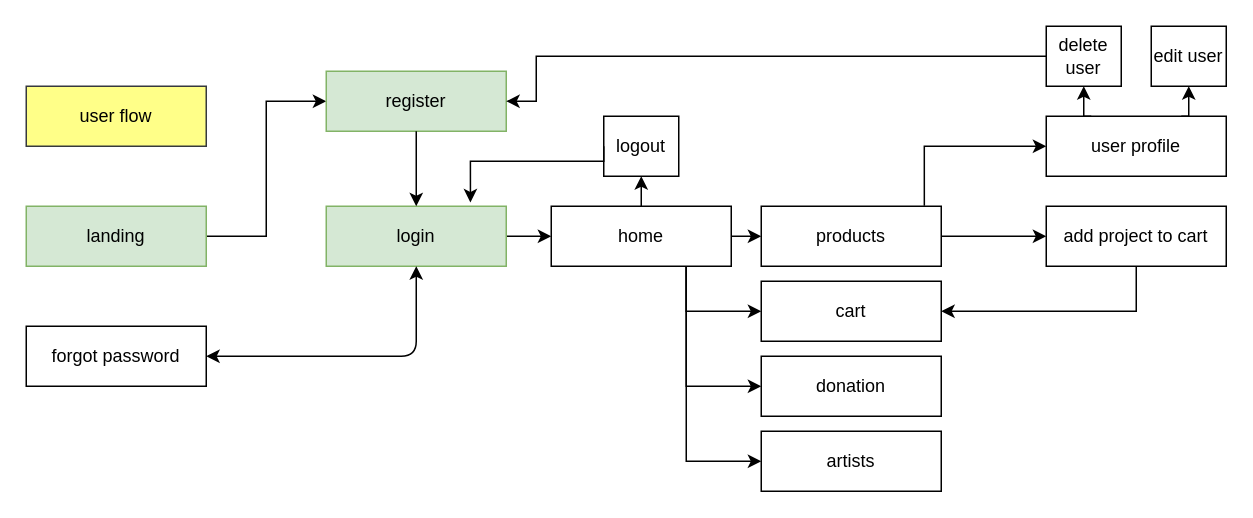
The draw.io diagram page "user flow" (1 of 2) of docs/2 design/routing.drawio in BudacuVlad/music-store, before the edit. Source tidied: cells renumbered, new cells numbered last; positions are measured from the earlier drawing's top-left corner, leaving out a move shared by most shapes. Both pictures are drawn from the tidied source at 150%, with x=0, y=0 at pixel (26, 26).
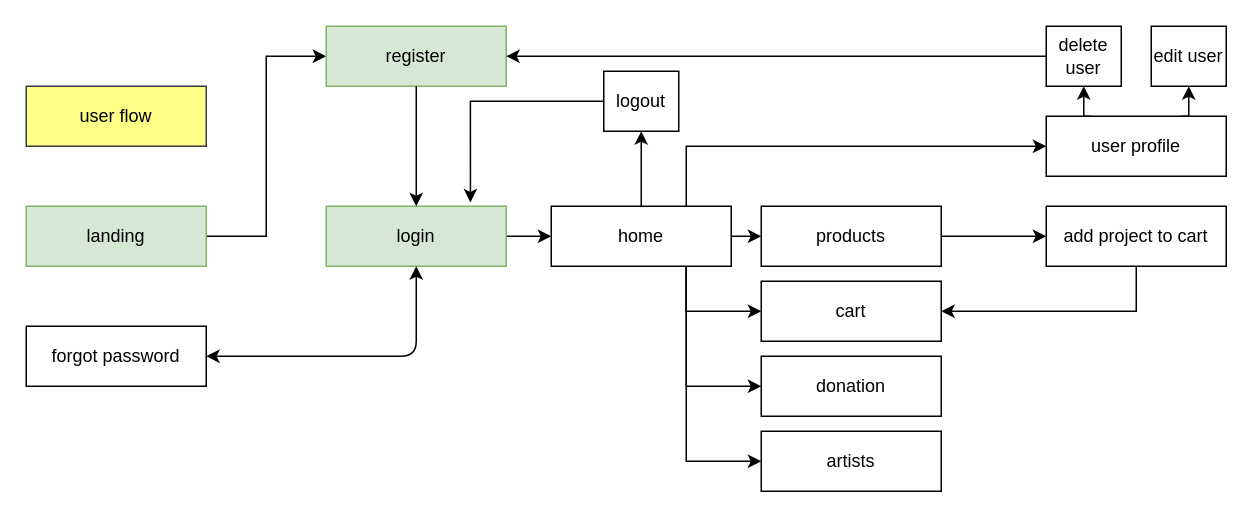
After the change.

The change refers to these unchanged cells:
```xml
<mxCell id="3" value="home" style="rounded=0;whiteSpace=wrap;html=1;" parent="1" vertex="1">
  <mxGeometry x="350" y="120" width="120" height="40" as="geometry" />
</mxCell>
<mxCell id="7" value="login" style="whiteSpace=wrap;html=1;rounded=0;fillColor=#d5e8d4;strokeColor=#82b366;" parent="1" vertex="1">
  <mxGeometry x="200" y="120" width="120" height="40" as="geometry" />
</mxCell>
<mxCell id="10" value="products" style="rounded=0;whiteSpace=wrap;html=1;" parent="1" vertex="1">
  <mxGeometry x="490" y="120" width="120" height="40" as="geometry" />
</mxCell>
<mxCell id="18" value="user profile" style="rounded=0;whiteSpace=wrap;html=1;" parent="1" vertex="1">
  <mxGeometry x="680" y="60" width="120" height="40" as="geometry" />
</mxCell>
<mxCell id="20" value="delete user" style="rounded=0;whiteSpace=wrap;html=1;" parent="1" vertex="1">
  <mxGeometry x="680" width="50" height="40" as="geometry" />
</mxCell>
```

The edit, as a diff of the source:
```diff
@@
     <mxCell id="8" value="register" style="whiteSpace=wrap;html=1;rounded=0;fillColor=#d5e8d4;strokeColor=#82b366;" parent="1" vertex="1">
-      <mxGeometry x="200" y="30" width="120" height="40" as="geometry" />
+      <mxGeometry x="200" width="120" height="40" as="geometry" />
     </mxCell>
@@
-    <mxCell id="21" style="edgeStyle=orthogonalEdgeStyle;rounded=0;jettySize=auto;html=1;exitX=0.906;exitY=-0.008;exitDx=0;exitDy=0;entryX=0;entryY=0.5;entryDx=0;entryDy=0;exitPerimeter=0;" parent="1" edge="1" source="10" target="18">
+    <mxCell id="21" style="edgeStyle=orthogonalEdgeStyle;rounded=0;jettySize=auto;html=1;entryX=0;entryY=0.5;entryDx=0;entryDy=0;exitX=0.75;exitY=0;exitDx=0;exitDy=0;" parent="1" edge="1" source="3" target="18">
       <mxGeometry relative="1" as="geometry">
         <Array as="points">
-          <mxPoint x="599" y="80" />
+          <mxPoint x="440" y="80" />
         </Array>
       </mxGeometry>
     </mxCell>
@@
-    <mxCell id="24" style="edgeStyle=orthogonalEdgeStyle;rounded=0;jettySize=auto;html=1;exitX=0;exitY=0.5;exitDx=0;exitDy=0;" parent="1" edge="1" source="20">
+    <mxCell id="24" style="edgeStyle=orthogonalEdgeStyle;rounded=0;jettySize=auto;html=1;exitX=0;exitY=0.5;exitDx=0;exitDy=0;entryX=1;entryY=0.5;entryDx=0;entryDy=0;" parent="1" edge="1" source="20" target="8">
       <mxGeometry relative="1" as="geometry">
-        <mxPoint x="320" y="50" as="targetPoint" />
         <Array as="points">
-          <mxPoint x="340" y="20" />
-          <mxPoint x="340" y="50" />
+          <mxPoint x="330" y="20" />
+          <mxPoint x="330" y="20" />
         </Array>
       </mxGeometry>
     </mxCell>
@@
     <mxCell id="31" value="logout" style="rounded=0;whiteSpace=wrap;html=1;" parent="1" vertex="1">
-      <mxGeometry x="385" y="60" width="50" height="40" as="geometry" />
+      <mxGeometry x="385" y="30" width="50" height="40" as="geometry" />
     </mxCell>
     <mxCell id="32" style="edgeStyle=orthogonalEdgeStyle;rounded=0;jettySize=auto;html=1;entryX=0.801;entryY=-0.063;entryDx=0;entryDy=0;entryPerimeter=0;exitX=0;exitY=0.5;exitDx=0;exitDy=0;" parent="1" edge="1" source="31" target="7">
       <mxGeometry relative="1" as="geometry">
         <Array as="points">
-          <mxPoint x="296" y="90" />
+          <mxPoint x="296" y="50" />
         </Array>
       </mxGeometry>
     </mxCell>
```
